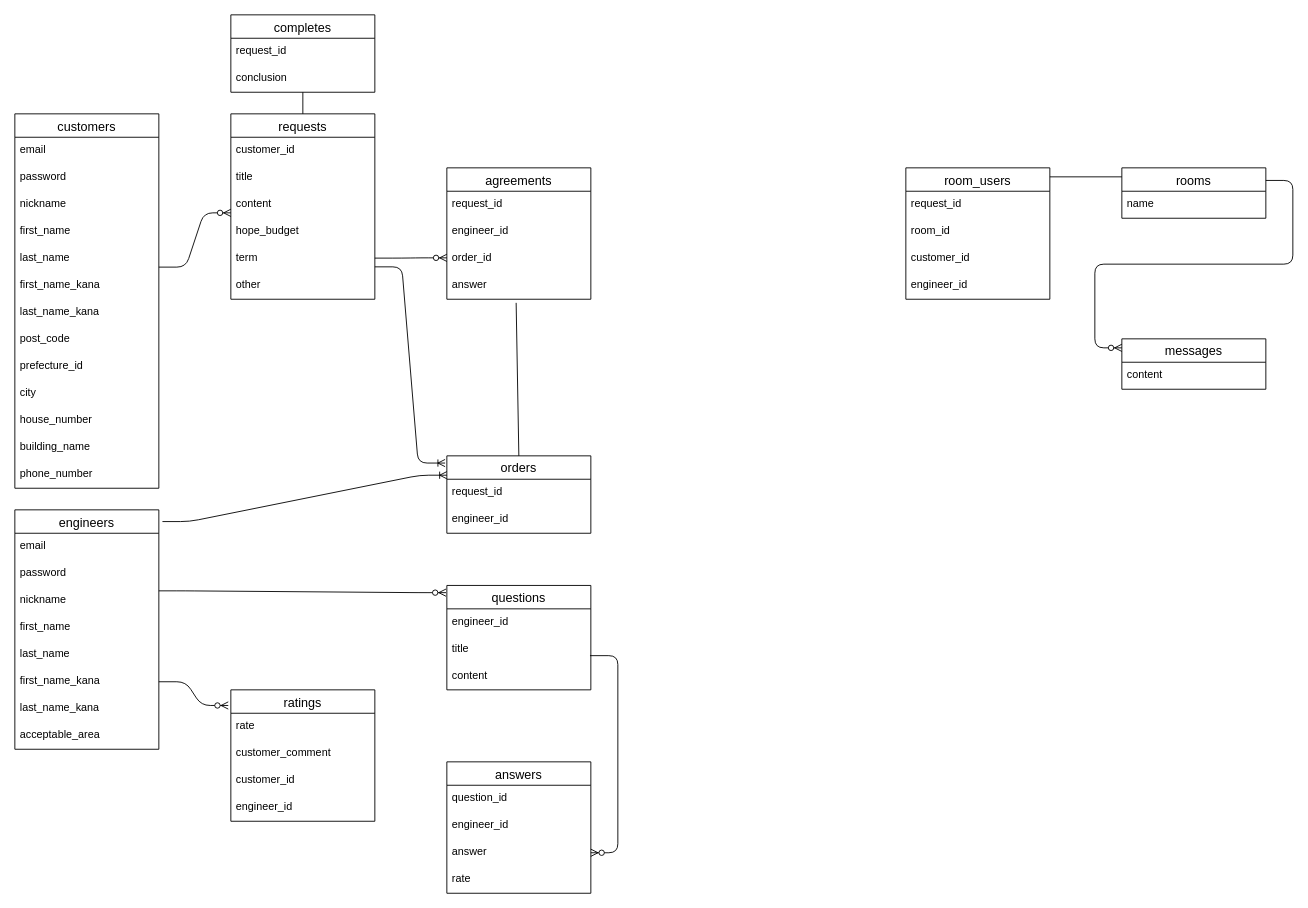
ikun2019/exece_bridge keeps this draw.io diagram as er.dio. Above is the earlier version. Source tidied: cells renumbered, new cells numbered last; positions are measured from the earlier drawing's top-left corner, leaving out a move shared by most shapes. Both pictures are drawn from the tidied source at 90%, with x=0, y=0 at pixel (14, 14).
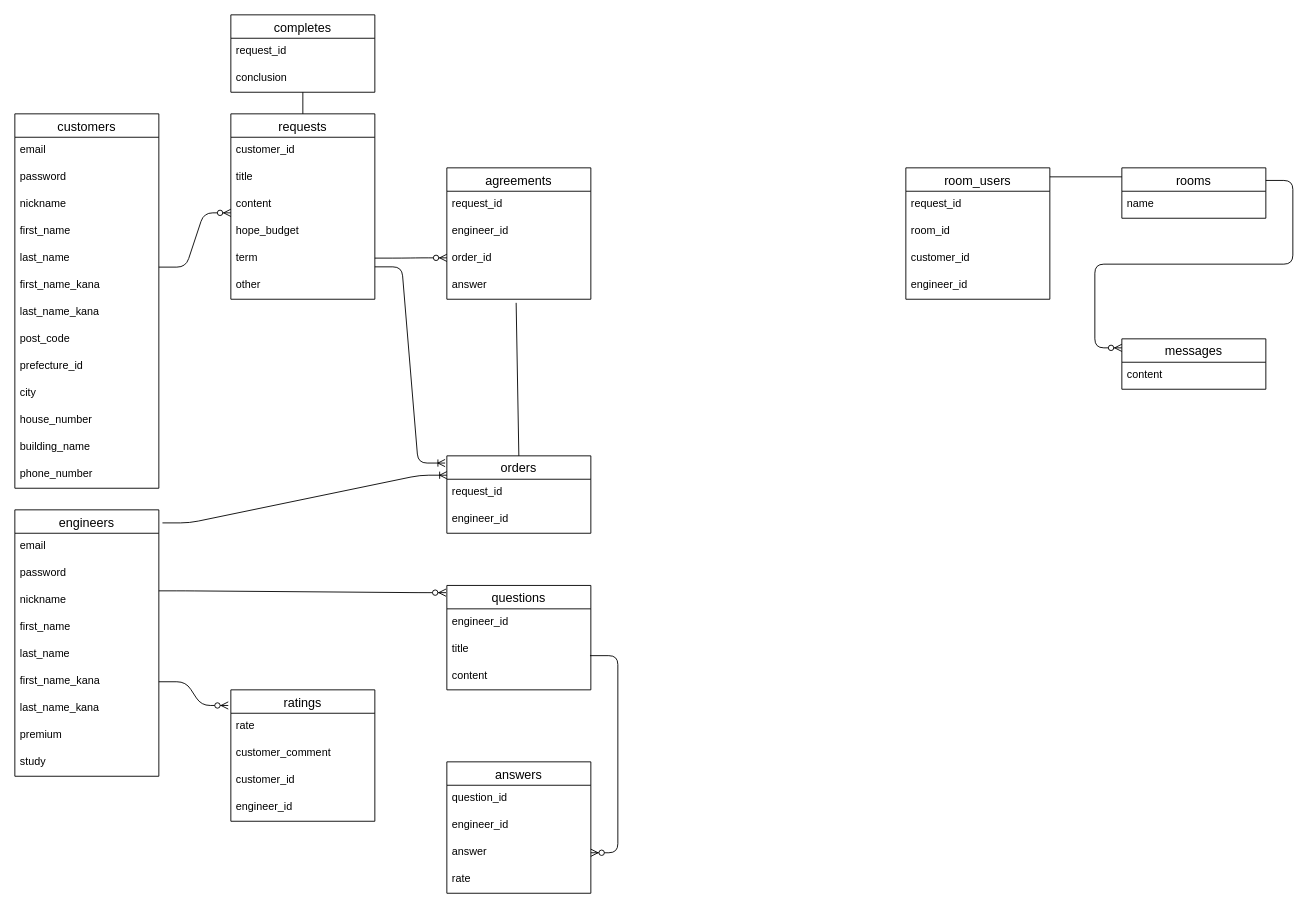
After the change.

Diff of the diagram source:
```diff
@@
     <mxCell id="16" value="engineers" style="swimlane;fontStyle=0;horizontal=1;startSize=26;align=center;fontSize=14;" parent="1" vertex="1">
-      <mxGeometry y="550" width="160" height="266" as="geometry" />
+      <mxGeometry y="550" width="160" height="296" as="geometry" />
     </mxCell>
@@
-    <mxCell id="24" value="acceptable_area" style="text;strokeColor=none;fillColor=none;spacingLeft=4;spacingRight=4;overflow=hidden;fontSize=12;" parent="16" vertex="1">
+    <mxCell id="24" value="premium" style="text;strokeColor=none;fillColor=none;spacingLeft=4;spacingRight=4;overflow=hidden;fontSize=12;" parent="16" vertex="1">
       <mxGeometry y="236" width="160" height="30" as="geometry" />
     </mxCell>
+    <mxCell id="77" value="study" style="text;strokeColor=none;fillColor=none;spacingLeft=4;spacingRight=4;overflow=hidden;fontSize=12;" parent="16" vertex="1">
+      <mxGeometry y="266" width="160" height="30" as="geometry" />
+    </mxCell>
```
